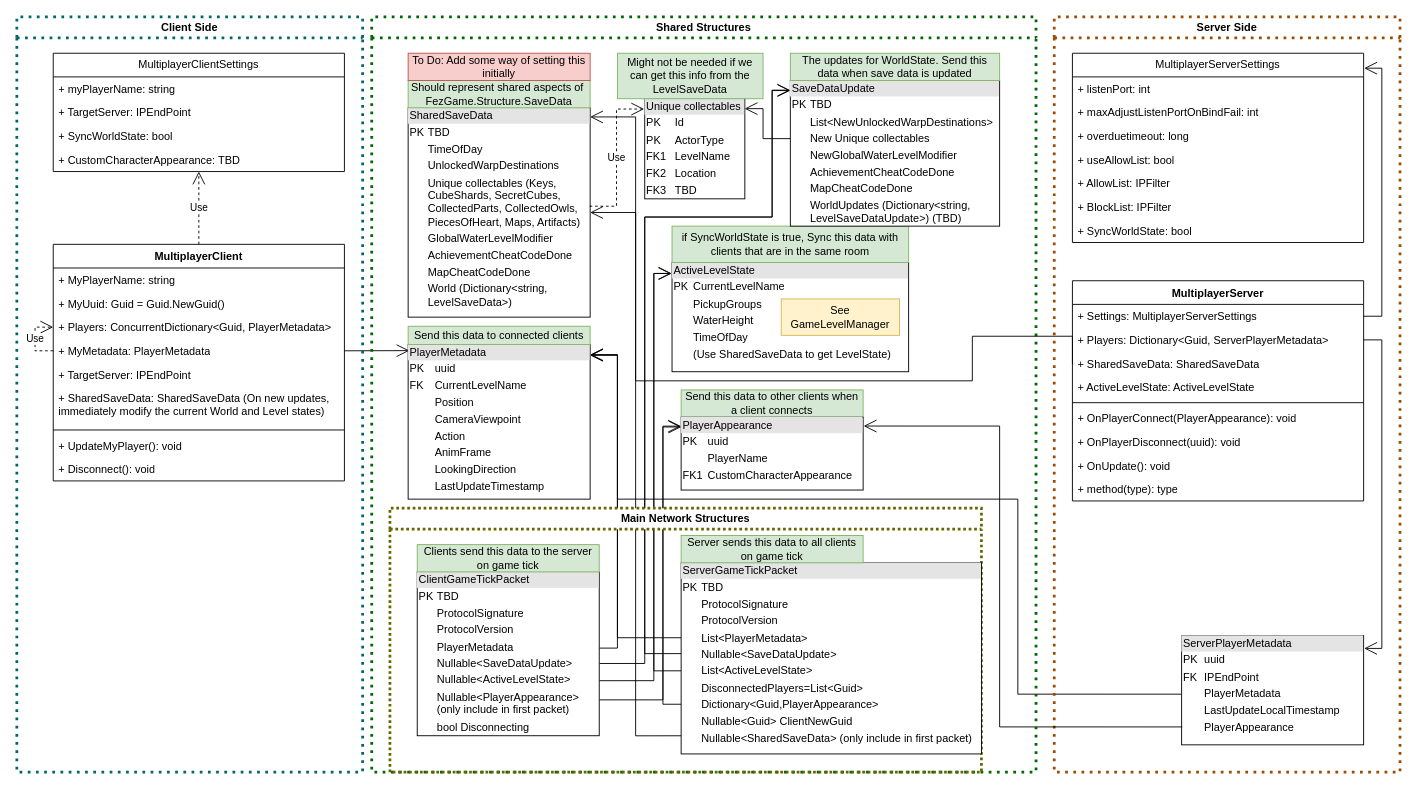
FEZModding/FezMultiplayerMod keeps this draw.io diagram as UMLDiagram.drawio. Above is the earlier version. Source tidied: cells renumbered, new cells numbered last; positions are measured from the earlier drawing's top-left corner, leaving out a move shared by most shapes. Both pictures are drawn from the tidied source at 91%, with x=0, y=0 at pixel (16, 16).
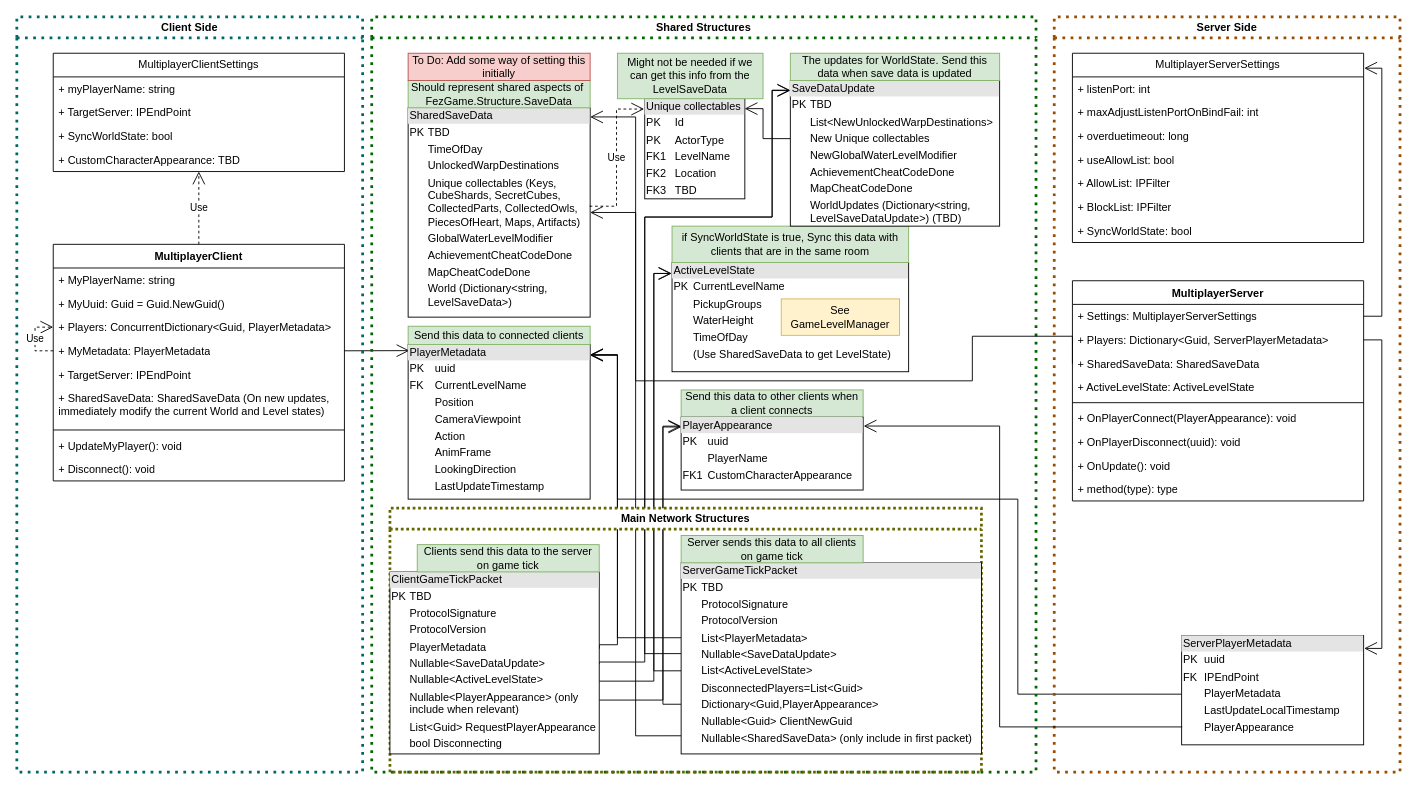
The same page after the edit.

Unchanged cells that the change refers to:
```xml
<mxCell id="45" value="Shared Structures" style="swimlane;whiteSpace=wrap;html=1;strokeColor=#006600;dashed=1;dashPattern=1 2;strokeWidth=3;glass=0;rounded=0;swimlaneLine=1;" parent="1" vertex="1">
  <mxGeometry x="390" width="730" height="830" as="geometry" />
</mxCell>
<mxCell id="46" value="&lt;div style=&quot;box-sizing:border-box;width:100%;background:#e4e4e4;padding:2px;&quot;&gt;PlayerMetadata&lt;/div&gt;&lt;table style=&quot;width:100%;font-size:1em;&quot; cellpadding=&quot;2&quot; cellspacing=&quot;0&quot;&gt;&lt;tbody&gt;&lt;tr&gt;&lt;td&gt;PK&lt;/td&gt;&lt;td&gt;uuid&lt;/td&gt;&lt;/tr&gt;&lt;tr&gt;&lt;td&gt;FK&lt;/td&gt;&lt;td&gt;CurrentLevelName&lt;br&gt;&lt;/td&gt;&lt;/tr&gt;&lt;tr&gt;&lt;td&gt;&lt;br&gt;&lt;/td&gt;&lt;td&gt;Position&lt;br&gt;&lt;/td&gt;&lt;/tr&gt;&lt;tr&gt;&lt;td&gt;&lt;br&gt;&lt;/td&gt;&lt;td&gt;CameraViewpoint&lt;br&gt;&lt;/td&gt;&lt;/tr&gt;&lt;tr&gt;&lt;td&gt;&lt;br&gt;&lt;/td&gt;&lt;td&gt;Action&lt;br&gt;&lt;/td&gt;&lt;/tr&gt;&lt;tr&gt;&lt;td&gt;&lt;br&gt;&lt;/td&gt;&lt;td&gt;AnimFrame&lt;br&gt;&lt;/td&gt;&lt;/tr&gt;&lt;tr&gt;&lt;td&gt;&lt;br&gt;&lt;/td&gt;&lt;td&gt;LookingDirection&lt;br&gt;&lt;/td&gt;&lt;/tr&gt;&lt;tr&gt;&lt;td&gt;&lt;br&gt;&lt;/td&gt;&lt;td&gt;LastUpdateTimestamp&lt;br&gt;&lt;/td&gt;&lt;/tr&gt;&lt;/tbody&gt;&lt;/table&gt;" style="verticalAlign=top;align=left;overflow=fill;html=1;whiteSpace=wrap;" parent="45" vertex="1">
  <mxGeometry x="40" y="360" width="200" height="170" as="geometry" />
</mxCell>
<mxCell id="48" value="&lt;div style=&quot;box-sizing:border-box;width:100%;background:#e4e4e4;padding:2px;&quot;&gt;ActiveLevelState&lt;/div&gt;&lt;table style=&quot;width:100%;font-size:1em;&quot; cellpadding=&quot;2&quot; cellspacing=&quot;0&quot;&gt;&lt;tbody&gt;&lt;tr&gt;&lt;td&gt;PK&lt;/td&gt;&lt;td&gt;CurrentLevelName&lt;/td&gt;&lt;/tr&gt;&lt;tr&gt;&lt;td&gt;&lt;br&gt;&lt;/td&gt;&lt;td&gt;PickupGroups&lt;br&gt;&lt;/td&gt;&lt;/tr&gt;&lt;tr&gt;&lt;td&gt;&lt;br&gt;&lt;/td&gt;&lt;td&gt;WaterHeight&lt;br&gt;&lt;/td&gt;&lt;/tr&gt;&lt;tr&gt;&lt;td&gt;&lt;br&gt;&lt;/td&gt;&lt;td&gt;TimeOfDay&lt;br&gt;&lt;/td&gt;&lt;/tr&gt;&lt;tr&gt;&lt;td&gt;&lt;br&gt;&lt;/td&gt;&lt;td&gt;(Use SharedSaveData to get LevelState)&lt;/td&gt;&lt;/tr&gt;&lt;/tbody&gt;&lt;/table&gt;" style="verticalAlign=top;align=left;overflow=fill;html=1;whiteSpace=wrap;" parent="45" vertex="1">
  <mxGeometry x="330" y="270" width="260" height="120" as="geometry" />
</mxCell>
<mxCell id="50" value="&lt;div style=&quot;box-sizing:border-box;width:100%;background:#e4e4e4;padding:2px;&quot;&gt;SaveDataUpdate&lt;/div&gt;&lt;table cellspacing=&quot;0&quot; cellpadding=&quot;2&quot; style=&quot;width:100%;font-size:1em;&quot;&gt;&lt;tbody&gt;&lt;tr&gt;&lt;td&gt;PK&lt;/td&gt;&lt;td&gt;TBD&lt;/td&gt;&lt;/tr&gt;&lt;tr&gt;&lt;td&gt;&lt;br&gt;&lt;/td&gt;&lt;td&gt;List&amp;lt;NewUnlockedWarpDestinations&amp;gt;&lt;/td&gt;&lt;/tr&gt;&lt;tr&gt;&lt;td&gt;&lt;br&gt;&lt;/td&gt;&lt;td&gt;New Unique collectables&lt;/td&gt;&lt;/tr&gt;&lt;tr&gt;&lt;td&gt;&lt;br&gt;&lt;/td&gt;&lt;td&gt;NewGlobalWaterLevelModifier&lt;br&gt;&lt;/td&gt;&lt;/tr&gt;&lt;tr&gt;&lt;td&gt;&lt;br&gt;&lt;/td&gt;&lt;td&gt;AchievementCheatCodeDone&lt;br&gt;&lt;/td&gt;&lt;/tr&gt;&lt;tr&gt;&lt;td&gt;&lt;br&gt;&lt;/td&gt;&lt;td&gt;MapCheatCodeDone&lt;br&gt;&lt;/td&gt;&lt;/tr&gt;&lt;tr&gt;&lt;td&gt;&lt;br&gt;&lt;/td&gt;&lt;td&gt;WorldUpdates (Dictionary&amp;lt;string, LevelSaveDataUpdate&amp;gt;) (TBD)&lt;br&gt;&lt;/td&gt;&lt;/tr&gt;&lt;/tbody&gt;&lt;/table&gt;" style="verticalAlign=top;align=left;overflow=fill;html=1;whiteSpace=wrap;" parent="45" vertex="1">
  <mxGeometry x="460" y="70" width="230" height="160" as="geometry" />
</mxCell>
<mxCell id="56" value="&lt;div style=&quot;box-sizing:border-box;width:100%;background:#e4e4e4;padding:2px;&quot;&gt;PlayerAppearance&lt;/div&gt;&lt;table style=&quot;width:100%;font-size:1em;&quot; cellpadding=&quot;2&quot; cellspacing=&quot;0&quot;&gt;&lt;tbody&gt;&lt;tr&gt;&lt;td&gt;PK&lt;/td&gt;&lt;td&gt;uuid&lt;/td&gt;&lt;/tr&gt;&lt;tr&gt;&lt;td&gt;&lt;br&gt;&lt;/td&gt;&lt;td&gt;PlayerName&lt;/td&gt;&lt;/tr&gt;&lt;tr&gt;&lt;td&gt;FK1&lt;/td&gt;&lt;td&gt;CustomCharacterAppearance&lt;br&gt;&lt;/td&gt;&lt;/tr&gt;&lt;/tbody&gt;&lt;/table&gt;" style="verticalAlign=top;align=left;overflow=fill;html=1;whiteSpace=wrap;" parent="45" vertex="1">
  <mxGeometry x="340" y="440" width="200" height="80" as="geometry" />
</mxCell>
<mxCell id="66" value="Main Network Structures" style="swimlane;whiteSpace=wrap;html=1;dashed=1;dashPattern=1 1;strokeWidth=3;strokeColor=#666600;" parent="45" vertex="1">
  <mxGeometry x="20" y="540" width="650" height="290" as="geometry" />
</mxCell>
```

The edit, as a diff of the source:
```diff
@@
-    <mxCell id="57" style="endArrow=open;endFill=1;endSize=12;html=1;rounded=0;exitX=1.001;exitY=0.781;exitDx=0;exitDy=0;exitPerimeter=0;edgeStyle=orthogonalEdgeStyle;entryX=-0.001;entryY=0.122;entryDx=0;entryDy=0;entryPerimeter=0;" parent="45" edge="1" source="67" target="56">
+    <mxCell id="57" style="endArrow=open;endFill=1;endSize=12;html=1;rounded=0;exitX=1;exitY=0.704;exitDx=0;exitDy=0;exitPerimeter=0;edgeStyle=orthogonalEdgeStyle;entryX=-0.001;entryY=0.122;entryDx=0;entryDy=0;entryPerimeter=0;" parent="45" edge="1" source="67" target="56">
       <mxGeometry relative="1" as="geometry">
         <Array as="points">
           <mxPoint x="320" y="751" />
           <mxPoint x="320" y="450" />
         </Array>
       </mxGeometry>
     </mxCell>
-    <mxCell id="58" style="endArrow=open;endFill=1;endSize=12;html=1;rounded=0;exitX=1.001;exitY=0.664;exitDx=0;exitDy=0;exitPerimeter=0;entryX=-0.001;entryY=0.1;entryDx=0;entryDy=0;entryPerimeter=0;edgeStyle=orthogonalEdgeStyle;" parent="45" edge="1" source="67" target="48">
+    <mxCell id="58" style="endArrow=open;endFill=1;endSize=12;html=1;rounded=0;exitX=1;exitY=0.6;exitDx=0;exitDy=0;exitPerimeter=0;entryX=-0.001;entryY=0.1;entryDx=0;entryDy=0;entryPerimeter=0;edgeStyle=orthogonalEdgeStyle;" parent="45" edge="1" source="67" target="48">
       <mxGeometry relative="1" as="geometry">
         <Array as="points">
           <mxPoint x="310" y="730" />
           <mxPoint x="310" y="282" />
         </Array>
       </mxGeometry>
     </mxCell>
-    <mxCell id="59" style="endArrow=open;endFill=1;endSize=12;html=1;rounded=0;exitX=1.002;exitY=0.559;exitDx=0;exitDy=0;exitPerimeter=0;edgeStyle=orthogonalEdgeStyle;entryX=-0.001;entryY=0.066;entryDx=0;entryDy=0;entryPerimeter=0;" parent="45" edge="1" source="67" target="50">
+    <mxCell id="59" style="endArrow=open;endFill=1;endSize=12;html=1;rounded=0;exitX=1;exitY=0.505;exitDx=0;exitDy=0;exitPerimeter=0;edgeStyle=orthogonalEdgeStyle;entryX=-0.001;entryY=0.066;entryDx=0;entryDy=0;entryPerimeter=0;" parent="45" edge="1" source="67" target="50">
       <mxGeometry relative="1" as="geometry">
         <Array as="points">
-          <mxPoint x="300" y="711" />
+          <mxPoint x="250" y="709" />
+          <mxPoint x="300" y="709" />
           <mxPoint x="300" y="220" />
           <mxPoint x="440" y="220" />
           <mxPoint x="440" y="81" />
         </Array>
       </mxGeometry>
     </mxCell>
-    <mxCell id="60" style="endArrow=open;endFill=1;endSize=12;html=1;rounded=0;exitX=1.001;exitY=0.465;exitDx=0;exitDy=0;exitPerimeter=0;entryX=1;entryY=0.07;entryDx=0;entryDy=0;entryPerimeter=0;edgeStyle=orthogonalEdgeStyle;" parent="45" edge="1" source="67" target="46">
+    <mxCell id="60" style="endArrow=open;endFill=1;endSize=12;html=1;rounded=0;exitX=1.001;exitY=0.422;exitDx=0;exitDy=0;exitPerimeter=0;entryX=1;entryY=0.07;entryDx=0;entryDy=0;entryPerimeter=0;edgeStyle=orthogonalEdgeStyle;" parent="45" edge="1" source="67" target="46">
       <mxGeometry relative="1" as="geometry">
         <Array as="points">
-          <mxPoint x="270" y="694" />
+          <mxPoint x="250" y="690" />
+          <mxPoint x="270" y="690" />
           <mxPoint x="270" y="372" />
         </Array>
       </mxGeometry>
     </mxCell>
@@
-    <mxCell id="67" value="&lt;div style=&quot;box-sizing:border-box;width:100%;background:#e4e4e4;padding:2px;&quot;&gt;ClientGameTickPacket&lt;/div&gt;&lt;table style=&quot;width:100%;font-size:1em;&quot; cellpadding=&quot;2&quot; cellspacing=&quot;0&quot;&gt;&lt;tbody&gt;&lt;tr&gt;&lt;td&gt;PK&lt;/td&gt;&lt;td&gt;TBD&lt;/td&gt;&lt;/tr&gt;&lt;tr&gt;&lt;td&gt;&lt;br&gt;&lt;/td&gt;&lt;td&gt;ProtocolSignature&lt;br&gt;&lt;/td&gt;&lt;/tr&gt;&lt;tr&gt;&lt;td&gt;&lt;br&gt;&lt;/td&gt;&lt;td&gt;ProtocolVersion&lt;br&gt;&lt;/td&gt;&lt;/tr&gt;&lt;tr&gt;&lt;td&gt;&lt;br&gt;&lt;/td&gt;&lt;td&gt;PlayerMetadata&lt;br&gt;&lt;/td&gt;&lt;/tr&gt;&lt;tr&gt;&lt;td&gt;&lt;br&gt;&lt;/td&gt;&lt;td&gt;Nullable&amp;lt;SaveDataUpdate&amp;gt;&lt;br&gt;&lt;/td&gt;&lt;/tr&gt;&lt;tr&gt;&lt;td&gt;&lt;br&gt;&lt;/td&gt;&lt;td&gt;Nullable&amp;lt;ActiveLevelState&amp;gt;&lt;br&gt;&lt;/td&gt;&lt;/tr&gt;&lt;tr&gt;&lt;td&gt;&lt;br&gt;&lt;/td&gt;&lt;td&gt;Nullable&amp;lt;PlayerAppearance&amp;gt; (only include in first packet)&lt;/td&gt;&lt;/tr&gt;&lt;tr&gt;&lt;td&gt;&lt;br&gt;&lt;/td&gt;&lt;td&gt;bool Disconnecting&lt;/td&gt;&lt;/tr&gt;&lt;/tbody&gt;&lt;/table&gt;" style="verticalAlign=top;align=left;overflow=fill;html=1;whiteSpace=wrap;" parent="66" vertex="1">
-      <mxGeometry x="30" y="70" width="200" height="180" as="geometry" />
+    <mxCell id="67" value="&lt;div style=&quot;box-sizing:border-box;width:100%;background:#e4e4e4;padding:2px;&quot;&gt;ClientGameTickPacket&lt;/div&gt;&lt;table style=&quot;width:100%;font-size:1em;&quot; cellpadding=&quot;2&quot; cellspacing=&quot;0&quot;&gt;&lt;tbody&gt;&lt;tr&gt;&lt;td&gt;PK&lt;/td&gt;&lt;td&gt;TBD&lt;/td&gt;&lt;/tr&gt;&lt;tr&gt;&lt;td&gt;&lt;br&gt;&lt;/td&gt;&lt;td&gt;ProtocolSignature&lt;br&gt;&lt;/td&gt;&lt;/tr&gt;&lt;tr&gt;&lt;td&gt;&lt;br&gt;&lt;/td&gt;&lt;td&gt;ProtocolVersion&lt;br&gt;&lt;/td&gt;&lt;/tr&gt;&lt;tr&gt;&lt;td&gt;&lt;br&gt;&lt;/td&gt;&lt;td&gt;PlayerMetadata&lt;br&gt;&lt;/td&gt;&lt;/tr&gt;&lt;tr&gt;&lt;td&gt;&lt;br&gt;&lt;/td&gt;&lt;td&gt;Nullable&amp;lt;SaveDataUpdate&amp;gt;&lt;br&gt;&lt;/td&gt;&lt;/tr&gt;&lt;tr&gt;&lt;td&gt;&lt;br&gt;&lt;/td&gt;&lt;td&gt;Nullable&amp;lt;ActiveLevelState&amp;gt;&lt;br&gt;&lt;/td&gt;&lt;/tr&gt;&lt;tr&gt;&lt;td&gt;&lt;br&gt;&lt;/td&gt;&lt;td&gt;Nullable&amp;lt;PlayerAppearance&amp;gt; (only include when relevant)&lt;/td&gt;&lt;/tr&gt;&lt;tr&gt;&lt;td&gt;&lt;br&gt;&lt;/td&gt;&lt;td&gt;List&amp;lt;Guid&amp;gt; RequestPlayerAppearance&lt;/td&gt;&lt;/tr&gt;&lt;tr&gt;&lt;td&gt;&lt;br&gt;&lt;/td&gt;&lt;td&gt;bool Disconnecting&lt;/td&gt;&lt;/tr&gt;&lt;/tbody&gt;&lt;/table&gt;" style="verticalAlign=top;align=left;overflow=fill;html=1;whiteSpace=wrap;" parent="66" vertex="1">
+      <mxGeometry y="70" width="230" height="200" as="geometry" />
     </mxCell>
```
